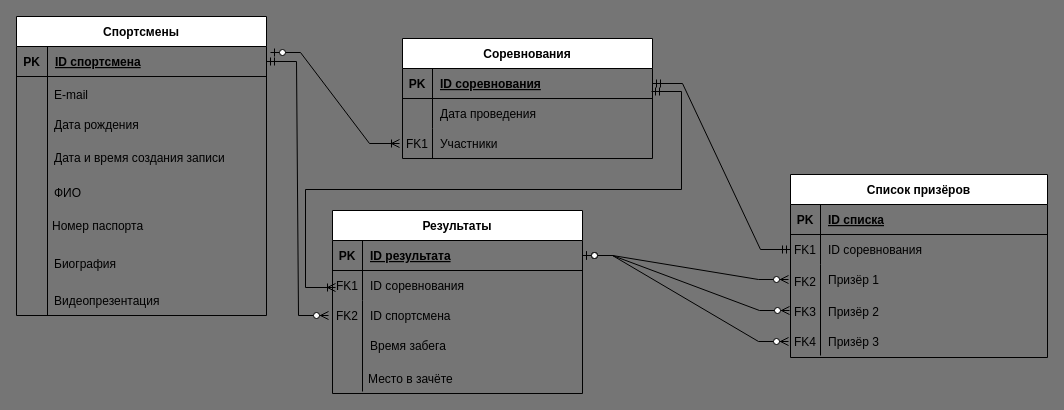
This is Диаграмма без названия.drawio from Zirrtan/diagramm, a draw.io file, before an edit. Source tidied: cells renumbered, new cells numbered last; positions are measured from the earlier drawing's top-left corner, leaving out a move shared by most shapes. Both pictures are drawn from the tidied source at 100%, with x=0, y=0 at pixel (16, 16).
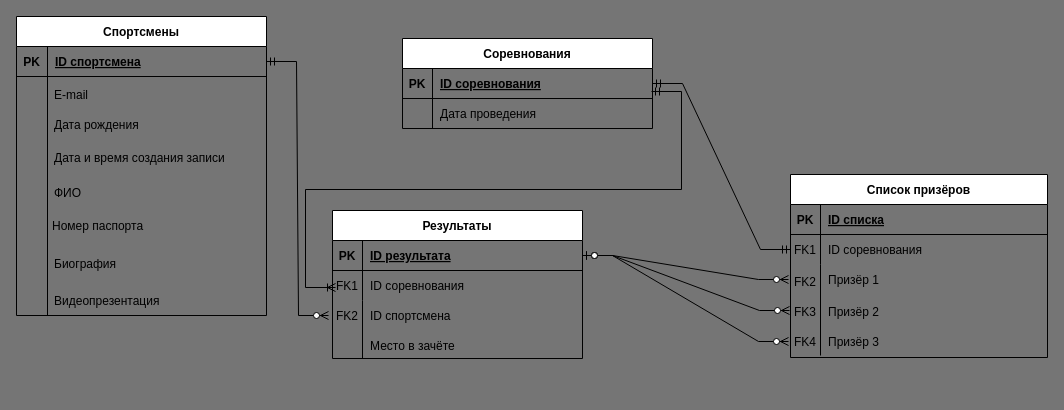
Above is the later version.

The change refers to these unchanged cells:
```xml
<mxCell id="23" style="shape=partialRectangle;fillColor=none;points=[[0,0.5],[1,0.5]];portConstraint=eastwest;top=0;left=0;right=0;bottom=1;" parent="22" vertex="1">
  <mxGeometry y="30" width="250" height="30" as="geometry" />
</mxCell>
```

The edit, as a diff of the source:
```diff
@@
     <mxCell id="2" value="Соревнования" style="shape=table;startSize=30;childLayout=tableLayout;rowLines=0;fontStyle=1;align=center;" parent="1" vertex="1">
-      <mxGeometry x="386" y="22" width="250" height="120" as="geometry" />
+      <mxGeometry x="386" y="22" width="250" height="90" as="geometry" />
     </mxCell>
@@
-    <mxCell id="9" style="shape=partialRectangle;fillColor=none;top=0;left=0;right=0;bottom=0;" parent="2" vertex="1">
-      <mxGeometry y="90" width="250" height="30" as="geometry" />
-    </mxCell>
-    <mxCell id="10" style="shape=partialRectangle;overflow=hidden;fillColor=none;top=0;left=0;bottom=0;right=0;" parent="9" vertex="1">
-      <mxGeometry width="30" height="30" as="geometry" />
-    </mxCell>
-    <mxCell id="11" value="Участники" style="shape=partialRectangle;overflow=hidden;fillColor=none;top=0;left=0;bottom=0;right=0;align=left;spacingLeft=6;" parent="9" vertex="1">
-      <mxGeometry x="30" width="220" height="30" as="geometry" />
-    </mxCell>
     <mxCell id="12" value="Результаты" style="shape=table;startSize=30;childLayout=tableLayout;rowLines=0;fontStyle=1;align=center;" parent="1" vertex="1">
-      <mxGeometry x="316" y="194" width="250" height="183" as="geometry" />
+      <mxGeometry x="316" y="194" width="250" height="148" as="geometry" />
     </mxCell>
@@
-    <mxCell id="37" value="Время забега" style="shape=partialRectangle;overflow=hidden;fillColor=none;top=0;left=0;bottom=0;right=0;align=left;spacingLeft=6;" parent="1" vertex="1">
-      <mxGeometry x="346" y="314" width="220" height="30" as="geometry" />
-    </mxCell>
     <mxCell id="38" value="Место в зачёте" style="shape=partialRectangle;overflow=hidden;fillColor=none;top=0;left=0;bottom=0;right=0;align=left;spacingLeft=6;" parent="1" vertex="1">
-      <mxGeometry x="344" y="347" width="220" height="30" as="geometry" />
+      <mxGeometry x="346" y="314" width="220" height="30" as="geometry" />
     </mxCell>
@@
     <mxCell id="55" style="endArrow=none;html=1;rounded=0;" parent="1" edge="1">
       <mxGeometry relative="1" as="geometry">
-        <mxPoint x="346" y="375" as="sourcePoint" />
+        <mxPoint x="346" y="342" as="sourcePoint" />
         <mxPoint x="346" y="303" as="targetPoint" />
       </mxGeometry>
     </mxCell>
-    <mxCell id="56" value="FK1" style="shape=partialRectangle;overflow=hidden;fillColor=none;top=0;left=0;bottom=0;right=0;" parent="1" vertex="1">
-      <mxGeometry x="386" y="112" width="30" height="30" as="geometry" />
-    </mxCell>
@@
-    <mxCell id="60" style="edgeStyle=entityRelationEdgeStyle;fontSize=12;html=1;endArrow=ERoneToMany;startArrow=ERzeroToOne;rounded=0;exitX=1.016;exitY=0.2;exitDx=0;exitDy=0;exitPerimeter=0;" parent="1" edge="1" source="23">
-      <mxGeometry relative="1" as="geometry">
-        <mxPoint x="383" y="127" as="targetPoint" />
-      </mxGeometry>
-    </mxCell>
```
